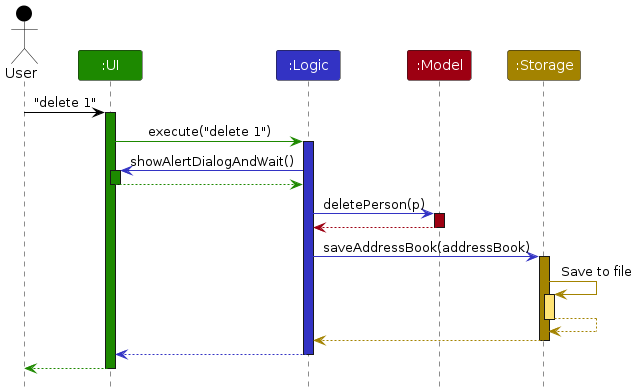
Before: diagrams/ArchitectureSequenceDiagram.png, a diagram exported from PlantUML (AY2425S1-CS2103T-T10-1/tp). Its source is kept beside it as diagrams/ArchitectureSequenceDiagram.puml. Its diagram source:
```plantuml
@startuml
!include style.puml
skinparam ArrowFontStyle plain

Actor User as user USER_COLOR
Participant ":UI" as ui UI_COLOR
Participant ":Logic" as logic LOGIC_COLOR
Participant ":Model" as model MODEL_COLOR
Participant ":Storage" as storage STORAGE_COLOR

user -[USER_COLOR]> ui : "delete 1"
activate ui UI_COLOR

ui -[UI_COLOR]> logic : execute("delete 1")
activate logic LOGIC_COLOR

logic -[LOGIC_COLOR]> ui : showAlertDialogAndWait()
activate ui UI_COLOR
ui -[UI_COLOR]-> logic
deactivate ui UI_COLOR

logic -[LOGIC_COLOR]> model : deletePerson(p)
activate model MODEL_COLOR

model -[MODEL_COLOR]-> logic
deactivate model

logic -[LOGIC_COLOR]> storage : saveAddressBook(addressBook)
activate storage STORAGE_COLOR

storage -[STORAGE_COLOR]> storage : Save to file
activate storage STORAGE_COLOR_T1
storage --[STORAGE_COLOR]> storage
deactivate storage

storage --[STORAGE_COLOR]> logic
deactivate storage

logic --[LOGIC_COLOR]> ui
deactivate logic

ui--[UI_COLOR]> user
deactivate ui
@enduml
```
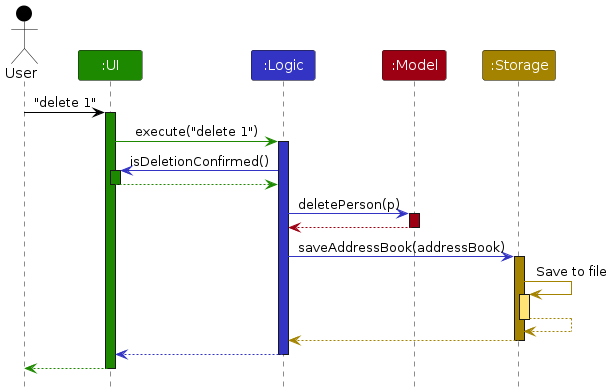
The same file after the commit.

The edit, as a diff of the source:
```diff
@@ -14,7 +14,7 @@
 ui -[UI_COLOR]> logic : execute("delete 1")
 activate logic LOGIC_COLOR
 
-logic -[LOGIC_COLOR]> ui : showAlertDialogAndWait()
+logic -[LOGIC_COLOR]> ui : isDeletionConfirmed()
 activate ui UI_COLOR
 ui -[UI_COLOR]-> logic
 deactivate ui UI_COLOR
```
